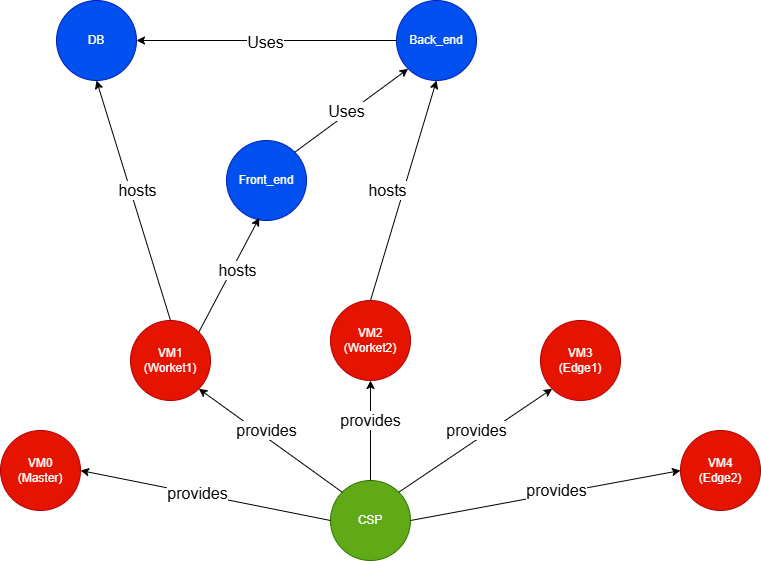
The draw.io diagram miscConfig/App_MACM.png in IorioD/MTD-manager-console, before a commit. Source tidied: cells renumbered, new cells last; positions are measured from the earlier drawing's top-left corner, leaving out a move shared by most shapes. Source of this version:
```xml
<mxGraphModel>
  <root>
    <mxCell id="0" />
    <mxCell id="1" parent="0" />
    <mxCell id="2" value="CSP" style="ellipse;whiteSpace=wrap;html=1;fillColor=#60a917;fontColor=#ffffff;strokeColor=#2D7600;" parent="1" vertex="1">
      <mxGeometry x="330" y="480" width="80" height="80" as="geometry" />
    </mxCell>
    <mxCell id="3" value="VM0&lt;div&gt;(Master)&lt;/div&gt;" style="ellipse;whiteSpace=wrap;html=1;fillColor=#e51400;fontColor=#ffffff;strokeColor=#B20000;" parent="1" vertex="1">
      <mxGeometry y="430" width="80" height="80" as="geometry" />
    </mxCell>
    <mxCell id="4" value="VM1&lt;div&gt;(Worket1)&lt;/div&gt;" style="ellipse;whiteSpace=wrap;html=1;fillColor=#e51400;fontColor=#ffffff;strokeColor=#B20000;" parent="1" vertex="1">
      <mxGeometry x="130" y="320" width="80" height="80" as="geometry" />
    </mxCell>
    <mxCell id="5" style="endArrow=classic;html=1;rounded=0;entryX=1;entryY=0.5;entryDx=0;entryDy=0;exitX=0;exitY=0.5;exitDx=0;exitDy=0;" parent="1" edge="1" source="2" target="3">
      <mxGeometry relative="1" as="geometry" />
    </mxCell>
    <mxCell id="6" value="provides" style="edgeLabel;html=1;align=center;verticalAlign=middle;fontSize=16;" parent="5" vertex="1">
      <mxGeometry x="0.07" y="-1" relative="1" as="geometry" />
    </mxCell>
    <mxCell id="7" style="endArrow=classic;html=1;rounded=0;exitX=0;exitY=0;exitDx=0;exitDy=0;entryX=1;entryY=1;entryDx=0;entryDy=0;" parent="1" edge="1" source="2" target="4">
      <mxGeometry relative="1" as="geometry" />
    </mxCell>
    <mxCell id="8" value="&lt;span style=&quot;color: rgba(0, 0, 0, 0); font-family: monospace; font-size: 0px; text-align: start; background-color: rgb(251, 251, 251);&quot;&gt;%3CmxGraphModel%3E%3Croot%3E%3CmxCell%20id%3D%220%22%2F%3E%3CmxCell%20id%3D%221%22%20parent%3D%220%22%2F%3E%3CmxCell%20id%3D%222%22%20value%3D%22provides%22%20style%3D%22edgeLabel%3Bhtml%3D1%3Balign%3Dcenter%3BverticalAlign%3Dmiddle%3Bresizable%3D0%3Bpoints%3D%5B%5D%3B%22%20vertex%3D%221%22%20connectable%3D%220%22%20parent%3D%221%22%3E%3CmxGeometry%20x%3D%22230.83714424117306%22%20y%3D%22632.3476249455161%22%20as%3D%22geometry%22%2F%3E%3C%2FmxCell%3E%3C%2Froot%3E%3C%2FmxGraphModel%3E&lt;/span&gt;" style="edgeLabel;html=1;align=center;verticalAlign=middle;" parent="7" vertex="1">
      <mxGeometry x="-0.15" relative="1" as="geometry" />
    </mxCell>
    <mxCell id="9" value="VM2&lt;div&gt;(Worket2)&lt;/div&gt;" style="ellipse;whiteSpace=wrap;html=1;fillColor=#e51400;fontColor=#ffffff;strokeColor=#B20000;" parent="1" vertex="1">
      <mxGeometry x="330" y="300" width="80" height="80" as="geometry" />
    </mxCell>
    <mxCell id="10" value="VM3&lt;div&gt;(Edge1)&lt;/div&gt;" style="ellipse;whiteSpace=wrap;html=1;fillColor=#e51400;fontColor=#ffffff;strokeColor=#B20000;" parent="1" vertex="1">
      <mxGeometry x="540" y="320" width="80" height="80" as="geometry" />
    </mxCell>
    <mxCell id="11" value="VM4&lt;div&gt;(Edge2&lt;span style=&quot;background-color: transparent; color: light-dark(rgb(255, 255, 255), rgb(18, 18, 18));&quot;&gt;)&lt;/span&gt;&lt;/div&gt;" style="ellipse;whiteSpace=wrap;html=1;fillColor=#e51400;fontColor=#ffffff;strokeColor=#B20000;" parent="1" vertex="1">
      <mxGeometry x="680" y="430" width="80" height="80" as="geometry" />
    </mxCell>
    <mxCell id="12" style="endArrow=classic;html=1;rounded=0;exitX=0.5;exitY=0;exitDx=0;exitDy=0;entryX=0.5;entryY=1;entryDx=0;entryDy=0;" parent="1" edge="1" source="2" target="9">
      <mxGeometry relative="1" as="geometry" />
    </mxCell>
    <mxCell id="13" style="endArrow=classic;html=1;rounded=0;exitX=1;exitY=0;exitDx=0;exitDy=0;entryX=0;entryY=1;entryDx=0;entryDy=0;" parent="1" edge="1" source="2" target="10">
      <mxGeometry relative="1" as="geometry" />
    </mxCell>
    <mxCell id="14" style="endArrow=classic;html=1;rounded=0;exitX=1;exitY=0.5;exitDx=0;exitDy=0;entryX=0;entryY=0.5;entryDx=0;entryDy=0;" parent="1" edge="1" source="2" target="11">
      <mxGeometry relative="1" as="geometry" />
    </mxCell>
    <mxCell id="15" value="Front_end" style="ellipse;whiteSpace=wrap;html=1;fillColor=#0050ef;fontColor=#ffffff;strokeColor=#001DBC;" parent="1" vertex="1">
      <mxGeometry x="226" y="140" width="80" height="80" as="geometry" />
    </mxCell>
    <mxCell id="16" value="Back_end" style="ellipse;whiteSpace=wrap;html=1;fillColor=#0050ef;fontColor=#ffffff;strokeColor=#001DBC;" parent="1" vertex="1">
      <mxGeometry x="396" width="80" height="80" as="geometry" />
    </mxCell>
    <mxCell id="17" value="DB" style="ellipse;whiteSpace=wrap;html=1;fillColor=#0050ef;fontColor=#ffffff;strokeColor=#001DBC;" parent="1" vertex="1">
      <mxGeometry x="56" width="80" height="80" as="geometry" />
    </mxCell>
    <mxCell id="18" value="provides" style="edgeLabel;html=1;align=center;verticalAlign=middle;fontSize=16;" parent="1" vertex="1">
      <mxGeometry x="266" y="430" as="geometry" />
    </mxCell>
    <mxCell id="19" value="provides" style="edgeLabel;html=1;align=center;verticalAlign=middle;fontSize=16;" parent="1" vertex="1">
      <mxGeometry x="370" y="420" as="geometry" />
    </mxCell>
    <mxCell id="20" value="provides" style="edgeLabel;html=1;align=center;verticalAlign=middle;fontSize=16;" parent="1" vertex="1">
      <mxGeometry x="476" y="430" as="geometry" />
    </mxCell>
    <mxCell id="21" value="provides" style="edgeLabel;html=1;align=center;verticalAlign=middle;fontSize=16;" parent="1" vertex="1">
      <mxGeometry x="556" y="490" as="geometry" />
    </mxCell>
    <mxCell id="22" style="endArrow=classic;html=1;rounded=0;exitX=0.5;exitY=0;exitDx=0;exitDy=0;entryX=0.5;entryY=1;entryDx=0;entryDy=0;" parent="1" edge="1" source="9" target="16">
      <mxGeometry relative="1" as="geometry" />
    </mxCell>
    <mxCell id="23" style="endArrow=classic;html=1;rounded=0;exitX=0.5;exitY=0;exitDx=0;exitDy=0;entryX=0.5;entryY=1;entryDx=0;entryDy=0;" parent="1" edge="1" source="4" target="17">
      <mxGeometry relative="1" as="geometry" />
    </mxCell>
    <mxCell id="24" style="endArrow=classic;html=1;rounded=0;exitX=1;exitY=0;exitDx=0;exitDy=0;entryX=0.41;entryY=0.965;entryDx=0;entryDy=0;entryPerimeter=0;" parent="1" edge="1" source="4" target="15">
      <mxGeometry relative="1" as="geometry" />
    </mxCell>
    <mxCell id="25" value="hosts" style="edgeLabel;html=1;align=center;verticalAlign=middle;fontSize=16;" parent="1" vertex="1">
      <mxGeometry x="146" y="190" as="geometry">
        <mxPoint x="-9" as="offset" />
      </mxGeometry>
    </mxCell>
    <mxCell id="26" value="hosts" style="edgeLabel;html=1;align=center;verticalAlign=middle;fontSize=16;" parent="1" vertex="1">
      <mxGeometry x="246" y="270" as="geometry">
        <mxPoint x="-9" as="offset" />
      </mxGeometry>
    </mxCell>
    <mxCell id="27" value="hosts" style="edgeLabel;html=1;align=center;verticalAlign=middle;fontSize=16;" parent="1" vertex="1">
      <mxGeometry x="396" y="190" as="geometry">
        <mxPoint x="-9" as="offset" />
      </mxGeometry>
    </mxCell>
    <mxCell id="28" style="endArrow=classic;html=1;rounded=0;exitX=1;exitY=0;exitDx=0;exitDy=0;entryX=0;entryY=1;entryDx=0;entryDy=0;" parent="1" edge="1" source="15" target="16">
      <mxGeometry relative="1" as="geometry" />
    </mxCell>
    <mxCell id="29" style="endArrow=classic;html=1;rounded=0;exitX=0;exitY=0.5;exitDx=0;exitDy=0;entryX=1;entryY=0.5;entryDx=0;entryDy=0;" parent="1" edge="1" source="16" target="17">
      <mxGeometry relative="1" as="geometry" />
    </mxCell>
    <mxCell id="30" value="Uses" style="edgeLabel;html=1;align=center;verticalAlign=middle;fontSize=16;" parent="29" vertex="1">
      <mxGeometry x="0.01" y="1" relative="1" as="geometry" />
    </mxCell>
    <mxCell id="31" value="Uses" style="edgeLabel;html=1;align=center;verticalAlign=middle;fontSize=16;" parent="1" vertex="1">
      <mxGeometry x="346" y="110" as="geometry" />
    </mxCell>
  </root>
</mxGraphModel>
```
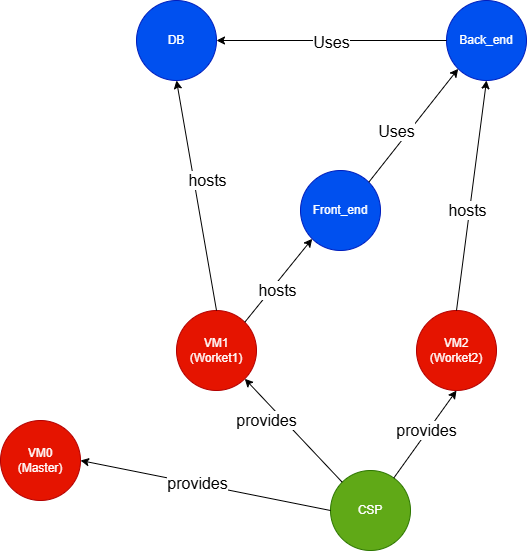
After the commit.

What changed in the source:
```diff
@@ -1,102 +1,84 @@
 <mxGraphModel>
   <root>
-    <mxCell id="0" />
-    <mxCell id="1" parent="0" />
+    <mxCell id="32" />
+    <mxCell id="33" parent="32" />
-    <mxCell id="2" value="CSP" style="ellipse;whiteSpace=wrap;html=1;fillColor=#60a917;fontColor=#ffffff;strokeColor=#2D7600;" parent="1" vertex="1">
+    <mxCell id="2" value="CSP" style="ellipse;whiteSpace=wrap;html=1;fillColor=#60a917;fontColor=#ffffff;strokeColor=#2D7600;" parent="33" vertex="1">
       <mxGeometry x="330" y="480" width="80" height="80" as="geometry" />
     </mxCell>
-    <mxCell id="3" value="VM0&lt;div&gt;(Master)&lt;/div&gt;" style="ellipse;whiteSpace=wrap;html=1;fillColor=#e51400;fontColor=#ffffff;strokeColor=#B20000;" parent="1" vertex="1">
+    <mxCell id="3" value="VM0&lt;div&gt;(Master)&lt;/div&gt;" style="ellipse;whiteSpace=wrap;html=1;fillColor=#e51400;fontColor=#ffffff;strokeColor=#B20000;" parent="33" vertex="1">
       <mxGeometry y="430" width="80" height="80" as="geometry" />
     </mxCell>
-    <mxCell id="4" value="VM1&lt;div&gt;(Worket1)&lt;/div&gt;" style="ellipse;whiteSpace=wrap;html=1;fillColor=#e51400;fontColor=#ffffff;strokeColor=#B20000;" parent="1" vertex="1">
-      <mxGeometry x="130" y="320" width="80" height="80" as="geometry" />
+    <mxCell id="4" value="VM1&lt;div&gt;(Worket1)&lt;/div&gt;" style="ellipse;whiteSpace=wrap;html=1;fillColor=#e51400;fontColor=#ffffff;strokeColor=#B20000;" parent="33" vertex="1">
+      <mxGeometry x="176" y="320" width="80" height="80" as="geometry" />
     </mxCell>
-    <mxCell id="5" style="endArrow=classic;html=1;rounded=0;entryX=1;entryY=0.5;entryDx=0;entryDy=0;exitX=0;exitY=0.5;exitDx=0;exitDy=0;" parent="1" edge="1" source="2" target="3">
+    <mxCell id="5" style="endArrow=classic;html=1;rounded=0;entryX=1;entryY=0.5;entryDx=0;entryDy=0;exitX=0;exitY=0.5;exitDx=0;exitDy=0;" parent="33" edge="1" source="2" target="3">
       <mxGeometry relative="1" as="geometry" />
     </mxCell>
-    <mxCell id="6" value="provides" style="edgeLabel;html=1;align=center;verticalAlign=middle;fontSize=16;" parent="5" vertex="1">
-      <mxGeometry x="0.07" y="-1" relative="1" as="geometry" />
-    </mxCell>
+    <mxCell id="34" value="provides" style="edgeLabel;html=1;align=center;verticalAlign=middle;fontSize=16;" parent="5" vertex="1">
+      <mxGeometry x="0.07" y="-1" relative="1" as="geometry" />
+    </mxCell>
-    <mxCell id="7" style="endArrow=classic;html=1;rounded=0;exitX=0;exitY=0;exitDx=0;exitDy=0;entryX=1;entryY=1;entryDx=0;entryDy=0;" parent="1" edge="1" source="2" target="4">
+    <mxCell id="7" style="endArrow=classic;html=1;rounded=0;exitX=0;exitY=0;exitDx=0;exitDy=0;entryX=1;entryY=1;entryDx=0;entryDy=0;" parent="33" edge="1" source="2" target="4">
       <mxGeometry relative="1" as="geometry" />
     </mxCell>
     <mxCell id="8" value="&lt;span style=&quot;color: rgba(0, 0, 0, 0); font-family: monospace; font-size: 0px; text-align: start; background-color: rgb(251, 251, 251);&quot;&gt;%3CmxGraphModel%3E%3Croot%3E%3CmxCell%20id%3D%220%22%2F%3E%3CmxCell%20id%3D%221%22%20parent%3D%220%22%2F%3E%3CmxCell%20id%3D%222%22%20value%3D%22provides%22%20style%3D%22edgeLabel%3Bhtml%3D1%3Balign%3Dcenter%3BverticalAlign%3Dmiddle%3Bresizable%3D0%3Bpoints%3D%5B%5D%3B%22%20vertex%3D%221%22%20connectable%3D%220%22%20parent%3D%221%22%3E%3CmxGeometry%20x%3D%22230.83714424117306%22%20y%3D%22632.3476249455161%22%20as%3D%22geometry%22%2F%3E%3C%2FmxCell%3E%3C%2Froot%3E%3C%2FmxGraphModel%3E&lt;/span&gt;" style="edgeLabel;html=1;align=center;verticalAlign=middle;" parent="7" vertex="1">
       <mxGeometry x="-0.15" relative="1" as="geometry" />
     </mxCell>
-    <mxCell id="9" value="VM2&lt;div&gt;(Worket2)&lt;/div&gt;" style="ellipse;whiteSpace=wrap;html=1;fillColor=#e51400;fontColor=#ffffff;strokeColor=#B20000;" parent="1" vertex="1">
-      <mxGeometry x="330" y="300" width="80" height="80" as="geometry" />
+    <mxCell id="9" value="VM2&lt;div&gt;(Worket2)&lt;/div&gt;" style="ellipse;whiteSpace=wrap;html=1;fillColor=#e51400;fontColor=#ffffff;strokeColor=#B20000;" parent="33" vertex="1">
+      <mxGeometry x="416" y="320" width="80" height="80" as="geometry" />
     </mxCell>
-    <mxCell id="10" value="VM3&lt;div&gt;(Edge1)&lt;/div&gt;" style="ellipse;whiteSpace=wrap;html=1;fillColor=#e51400;fontColor=#ffffff;strokeColor=#B20000;" parent="1" vertex="1">
-      <mxGeometry x="540" y="320" width="80" height="80" as="geometry" />
-    </mxCell>
-    <mxCell id="11" value="VM4&lt;div&gt;(Edge2&lt;span style=&quot;background-color: transparent; color: light-dark(rgb(255, 255, 255), rgb(18, 18, 18));&quot;&gt;)&lt;/span&gt;&lt;/div&gt;" style="ellipse;whiteSpace=wrap;html=1;fillColor=#e51400;fontColor=#ffffff;strokeColor=#B20000;" parent="1" vertex="1">
-      <mxGeometry x="680" y="430" width="80" height="80" as="geometry" />
-    </mxCell>
-    <mxCell id="12" style="endArrow=classic;html=1;rounded=0;exitX=0.5;exitY=0;exitDx=0;exitDy=0;entryX=0.5;entryY=1;entryDx=0;entryDy=0;" parent="1" edge="1" source="2" target="9">
+    <mxCell id="12" style="endArrow=classic;html=1;rounded=0;entryX=0.5;entryY=1;entryDx=0;entryDy=0;" parent="33" edge="1" source="2" target="9">
       <mxGeometry relative="1" as="geometry" />
     </mxCell>
-    <mxCell id="13" style="endArrow=classic;html=1;rounded=0;exitX=1;exitY=0;exitDx=0;exitDy=0;entryX=0;entryY=1;entryDx=0;entryDy=0;" parent="1" edge="1" source="2" target="10">
-      <mxGeometry relative="1" as="geometry" />
-    </mxCell>
-    <mxCell id="14" style="endArrow=classic;html=1;rounded=0;exitX=1;exitY=0.5;exitDx=0;exitDy=0;entryX=0;entryY=0.5;entryDx=0;entryDy=0;" parent="1" edge="1" source="2" target="11">
-      <mxGeometry relative="1" as="geometry" />
-    </mxCell>
-    <mxCell id="15" value="Front_end" style="ellipse;whiteSpace=wrap;html=1;fillColor=#0050ef;fontColor=#ffffff;strokeColor=#001DBC;" parent="1" vertex="1">
-      <mxGeometry x="226" y="140" width="80" height="80" as="geometry" />
+    <mxCell id="15" value="Front_end" style="ellipse;whiteSpace=wrap;html=1;fillColor=#0050ef;fontColor=#ffffff;strokeColor=#001DBC;" parent="33" vertex="1">
+      <mxGeometry x="300" y="180" width="80" height="80" as="geometry" />
     </mxCell>
-    <mxCell id="16" value="Back_end" style="ellipse;whiteSpace=wrap;html=1;fillColor=#0050ef;fontColor=#ffffff;strokeColor=#001DBC;" parent="1" vertex="1">
-      <mxGeometry x="396" width="80" height="80" as="geometry" />
+    <mxCell id="16" value="Back_end" style="ellipse;whiteSpace=wrap;html=1;fillColor=#0050ef;fontColor=#ffffff;strokeColor=#001DBC;" parent="33" vertex="1">
+      <mxGeometry x="446" y="10" width="80" height="80" as="geometry" />
     </mxCell>
-    <mxCell id="17" value="DB" style="ellipse;whiteSpace=wrap;html=1;fillColor=#0050ef;fontColor=#ffffff;strokeColor=#001DBC;" parent="1" vertex="1">
-      <mxGeometry x="56" width="80" height="80" as="geometry" />
+    <mxCell id="17" value="DB" style="ellipse;whiteSpace=wrap;html=1;fillColor=#0050ef;fontColor=#ffffff;strokeColor=#001DBC;" parent="33" vertex="1">
+      <mxGeometry x="136" y="10" width="80" height="80" as="geometry" />
     </mxCell>
-    <mxCell id="18" value="provides" style="edgeLabel;html=1;align=center;verticalAlign=middle;fontSize=16;" parent="1" vertex="1">
+    <mxCell id="18" value="provides" style="edgeLabel;html=1;align=center;verticalAlign=middle;fontSize=16;" parent="33" vertex="1">
       <mxGeometry x="266" y="430" as="geometry" />
     </mxCell>
-    <mxCell id="19" value="provides" style="edgeLabel;html=1;align=center;verticalAlign=middle;fontSize=16;" parent="1" vertex="1">
-      <mxGeometry x="370" y="420" as="geometry" />
-    </mxCell>
-    <mxCell id="20" value="provides" style="edgeLabel;html=1;align=center;verticalAlign=middle;fontSize=16;" parent="1" vertex="1">
-      <mxGeometry x="476" y="430" as="geometry" />
-    </mxCell>
-    <mxCell id="21" value="provides" style="edgeLabel;html=1;align=center;verticalAlign=middle;fontSize=16;" parent="1" vertex="1">
-      <mxGeometry x="556" y="490" as="geometry" />
-    </mxCell>
+    <mxCell id="35" value="provides" style="edgeLabel;html=1;align=center;verticalAlign=middle;fontSize=16;" parent="33" vertex="1">
+      <mxGeometry x="426" y="440" as="geometry" />
+    </mxCell>
-    <mxCell id="22" style="endArrow=classic;html=1;rounded=0;exitX=0.5;exitY=0;exitDx=0;exitDy=0;entryX=0.5;entryY=1;entryDx=0;entryDy=0;" parent="1" edge="1" source="9" target="16">
+    <mxCell id="22" style="endArrow=classic;html=1;rounded=0;exitX=0.5;exitY=0;exitDx=0;exitDy=0;entryX=0.5;entryY=1;entryDx=0;entryDy=0;" parent="33" edge="1" source="9" target="16">
       <mxGeometry relative="1" as="geometry" />
     </mxCell>
-    <mxCell id="23" style="endArrow=classic;html=1;rounded=0;exitX=0.5;exitY=0;exitDx=0;exitDy=0;entryX=0.5;entryY=1;entryDx=0;entryDy=0;" parent="1" edge="1" source="4" target="17">
+    <mxCell id="23" style="endArrow=classic;html=1;rounded=0;exitX=0.5;exitY=0;exitDx=0;exitDy=0;entryX=0.5;entryY=1;entryDx=0;entryDy=0;" parent="33" edge="1" source="4" target="17">
       <mxGeometry relative="1" as="geometry" />
     </mxCell>
-    <mxCell id="24" style="endArrow=classic;html=1;rounded=0;exitX=1;exitY=0;exitDx=0;exitDy=0;entryX=0.41;entryY=0.965;entryDx=0;entryDy=0;entryPerimeter=0;" parent="1" edge="1" source="4" target="15">
+    <mxCell id="24" style="endArrow=classic;html=1;rounded=0;exitX=1;exitY=0;exitDx=0;exitDy=0;entryX=0;entryY=1;entryDx=0;entryDy=0;" parent="33" edge="1" source="4" target="15">
       <mxGeometry relative="1" as="geometry" />
     </mxCell>
-    <mxCell id="25" value="hosts" style="edgeLabel;html=1;align=center;verticalAlign=middle;fontSize=16;" parent="1" vertex="1">
-      <mxGeometry x="146" y="190" as="geometry">
-        <mxPoint x="-9" as="offset" />
-      </mxGeometry>
-    </mxCell>
-    <mxCell id="26" value="hosts" style="edgeLabel;html=1;align=center;verticalAlign=middle;fontSize=16;" parent="1" vertex="1">
-      <mxGeometry x="246" y="270" as="geometry">
-        <mxPoint x="-9" as="offset" />
-      </mxGeometry>
-    </mxCell>
-    <mxCell id="27" value="hosts" style="edgeLabel;html=1;align=center;verticalAlign=middle;fontSize=16;" parent="1" vertex="1">
-      <mxGeometry x="396" y="190" as="geometry">
-        <mxPoint x="-9" as="offset" />
-      </mxGeometry>
-    </mxCell>
+    <mxCell id="36" value="hosts" style="edgeLabel;html=1;align=center;verticalAlign=middle;fontSize=16;" parent="33" vertex="1">
+      <mxGeometry x="216" y="190" as="geometry">
+        <mxPoint x="-9" as="offset" />
+      </mxGeometry>
+    </mxCell>
+    <mxCell id="37" value="hosts" style="edgeLabel;html=1;align=center;verticalAlign=middle;fontSize=16;" parent="33" vertex="1">
+      <mxGeometry x="286" y="300" as="geometry">
+        <mxPoint x="-9" as="offset" />
+      </mxGeometry>
+    </mxCell>
+    <mxCell id="38" value="hosts" style="edgeLabel;html=1;align=center;verticalAlign=middle;fontSize=16;" parent="33" vertex="1">
+      <mxGeometry x="476" y="220" as="geometry">
+        <mxPoint x="-9" as="offset" />
+      </mxGeometry>
+    </mxCell>
-    <mxCell id="28" style="endArrow=classic;html=1;rounded=0;exitX=1;exitY=0;exitDx=0;exitDy=0;entryX=0;entryY=1;entryDx=0;entryDy=0;" parent="1" edge="1" source="15" target="16">
+    <mxCell id="28" style="endArrow=classic;html=1;rounded=0;exitX=1;exitY=0;exitDx=0;exitDy=0;entryX=0;entryY=1;entryDx=0;entryDy=0;" parent="33" edge="1" source="15" target="16">
       <mxGeometry relative="1" as="geometry" />
     </mxCell>
-    <mxCell id="29" style="endArrow=classic;html=1;rounded=0;exitX=0;exitY=0.5;exitDx=0;exitDy=0;entryX=1;entryY=0.5;entryDx=0;entryDy=0;" parent="1" edge="1" source="16" target="17">
+    <mxCell id="29" style="endArrow=classic;html=1;rounded=0;exitX=0;exitY=0.5;exitDx=0;exitDy=0;entryX=1;entryY=0.5;entryDx=0;entryDy=0;" parent="33" edge="1" source="16" target="17">
       <mxGeometry relative="1" as="geometry" />
     </mxCell>
-    <mxCell id="30" value="Uses" style="edgeLabel;html=1;align=center;verticalAlign=middle;fontSize=16;" parent="29" vertex="1">
-      <mxGeometry x="0.01" y="1" relative="1" as="geometry" />
-    </mxCell>
-    <mxCell id="31" value="Uses" style="edgeLabel;html=1;align=center;verticalAlign=middle;fontSize=16;" parent="1" vertex="1">
-      <mxGeometry x="346" y="110" as="geometry" />
-    </mxCell>
+    <mxCell id="39" value="Uses" style="edgeLabel;html=1;align=center;verticalAlign=middle;fontSize=16;" parent="29" vertex="1">
+      <mxGeometry x="0.01" y="1" relative="1" as="geometry" />
+    </mxCell>
+    <mxCell id="40" value="Uses" style="edgeLabel;html=1;align=center;verticalAlign=middle;fontSize=16;" parent="33" vertex="1">
+      <mxGeometry x="396" y="140" as="geometry" />
+    </mxCell>
   </root>
 </mxGraphModel>
```
